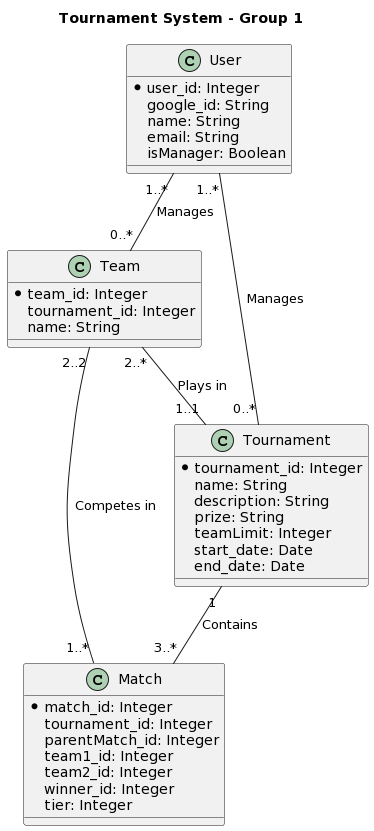
This is documentation/renders/classDiagram.png from felixalbrigtsen/asura-tmdb, a PlantUML export, as it was before one commit.
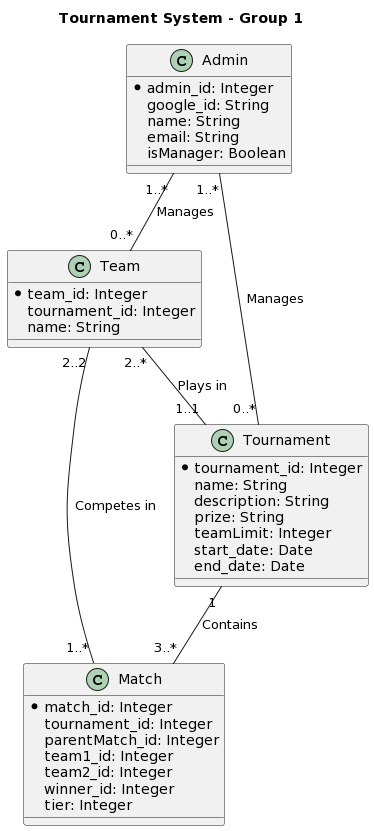
Later version of the same file.

Commit message:
Updated class diagram

Change to the diagram source:
```diff
@@ -2,8 +2,8 @@
 
 title Tournament System - Group 1
 
-class User {
-    *user_id: Integer
+class Admin {
+    *admin_id: Integer
     google_id: String
     name: String
     email: String
@@ -36,8 +36,8 @@
 }
 
 
-User "1..*" -- "0..*" Tournament : "Manages"
-User "1..*" -- "0..*" Team : "Manages"
+Admin "1..*" -- "0..*" Tournament : "Manages"
+Admin "1..*" -- "0..*" Team : "Manages"
 Team "2..*" -- "1..1" Tournament : "Plays in"
 Team "2..2" -- "1..*" Match : "Competes in"
 Tournament "1" -- "3..*" Match : "Contains"
```
